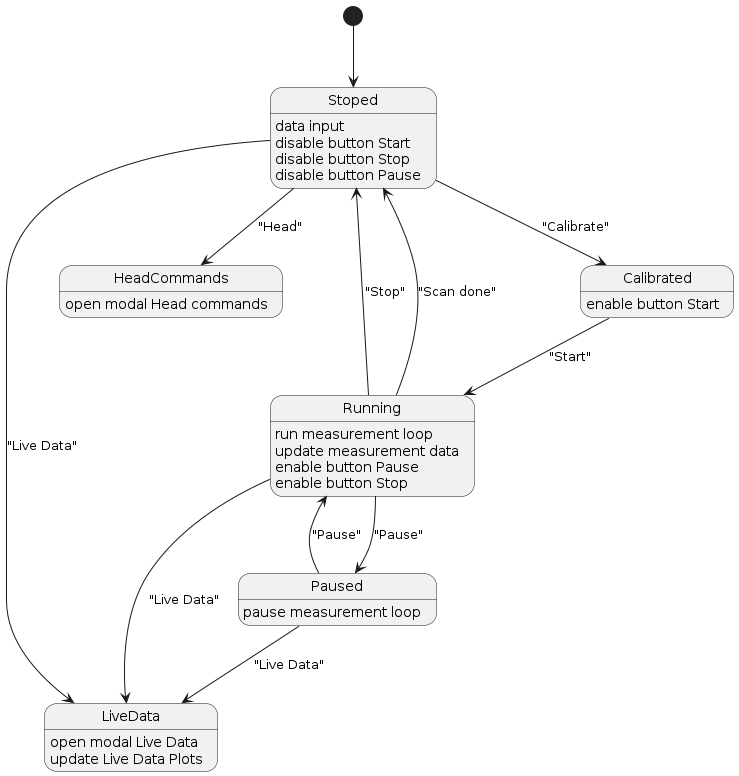
Earlier version of the PlantUML export out/design/zustandsdiagramm/Zustandsdiagramm.png (luki0502/antscan). Source of this version:
```plantuml
@startuml Zustandsdiagramm

[*] --> Stoped
Stoped --> Calibrated : "Calibrate"
Stoped --> HeadCommands : "Head"
Calibrated --> Running : "Start"
Running --> Paused : "Pause"
Running --> Stoped : "Stop"
Running --> Stoped : "Scan done"
Paused --> Running : "Pause"
Stoped --> LiveData : "Live Data"
Running --> LiveData : "Live Data"
Paused --> LiveData : "Live Data"

Stoped : data input
Stoped : disable button Start
Stoped : disable button Stop
Stoped : disable button Pause

Calibrated : enable button Start

HeadCommands : open modal Head commands

Running : run measurement loop
Running : update measurement data
Running : enable button Pause
Running : enable button Stop

Paused : pause measurement loop

LiveData : open modal Live Data
LiveData : update Live Data Plots

@enduml
```
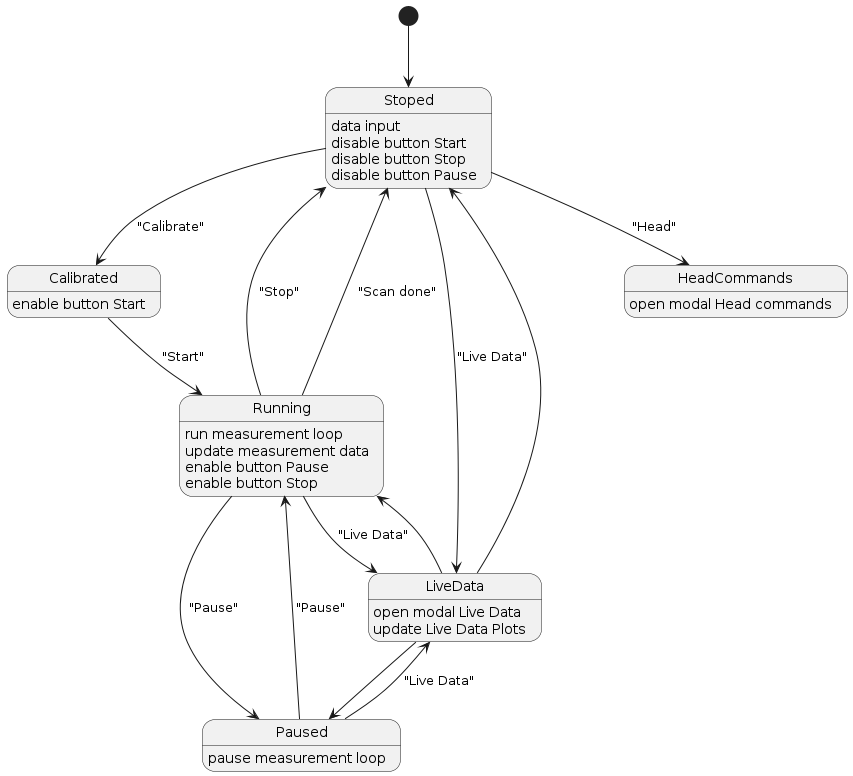
Above is the later version.

Commit message:
added some arrows in zustandsdiagramm

The edit, as a diff of the source:
```diff
@@ -11,6 +11,9 @@
 Stoped --> LiveData : "Live Data"
 Running --> LiveData : "Live Data"
 Paused --> LiveData : "Live Data"
+LiveData --> Stoped
+LiveData --> Running
+LiveData --> Paused
 
 Stoped : data input
 Stoped : disable button Start
```
